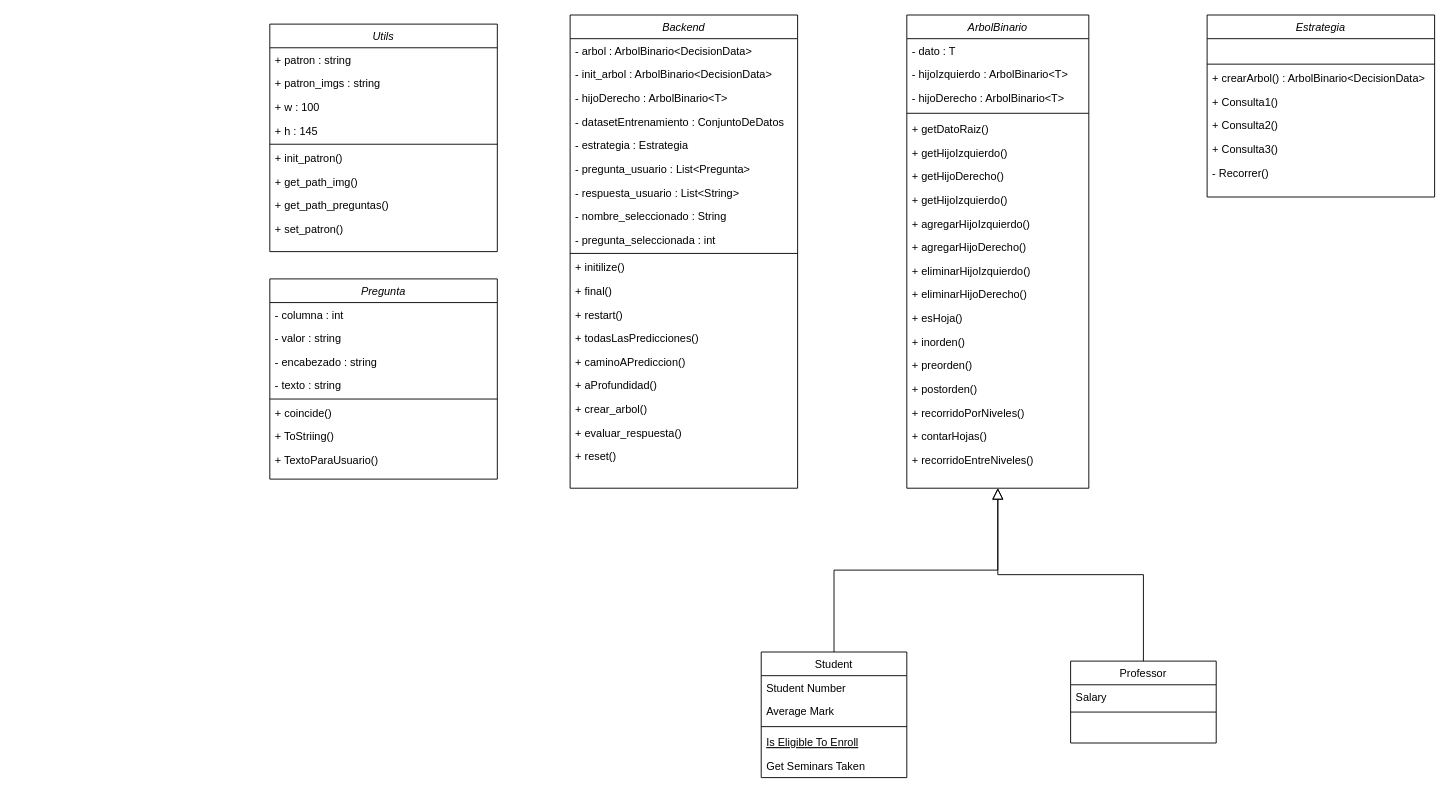
The draw.io diagram TPF-WiW.drawio in Schl4nge-sudo/TPF-CTEA, before the edit. Source tidied: cells renumbered, new cells numbered last; positions are measured from the earlier drawing's top-left corner, leaving out a move shared by most shapes. Both pictures are drawn from the tidied source at 91%, with x=0, y=0 at pixel (269, 15).
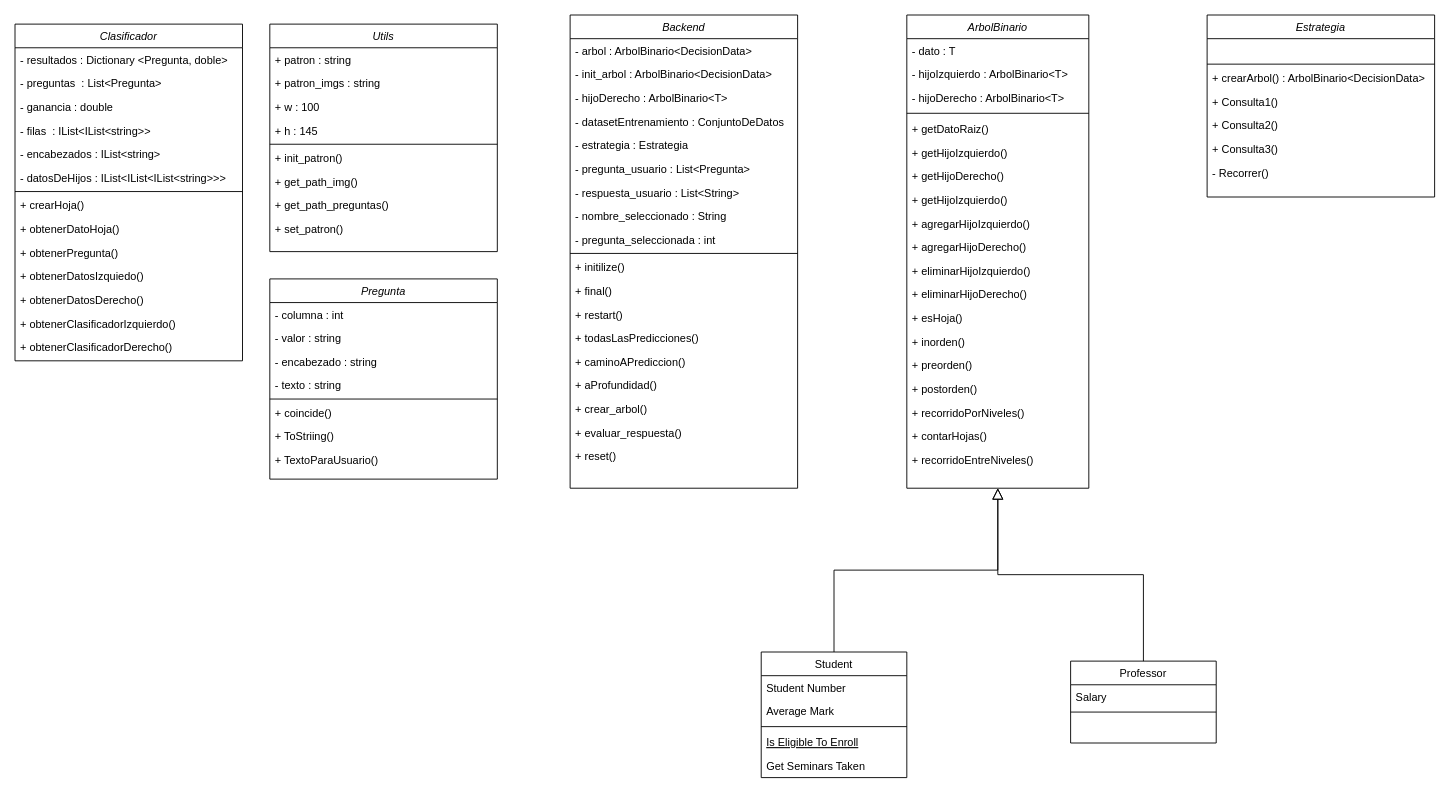
The same diagram, later.

Commit message:
Agregada clase clasificador

Diff of the diagram source:
```diff
@@
+    <mxCell id="80" value="Clasificador" style="swimlane;fontStyle=2;align=center;verticalAlign=top;horizontal=1;startSize=26;rounded=0;shadow=0;strokeWidth=1;" parent="1" vertex="1">
+      <mxGeometry x="-280" y="10" width="250" height="370" as="geometry" />
+    </mxCell>
+    <mxCell id="81" value="- resultados : Dictionary &lt;Pregunta, doble&gt;" style="text;align=left;verticalAlign=top;spacingLeft=4;spacingRight=4;overflow=hidden;" parent="80" vertex="1">
+      <mxGeometry y="26" width="250" height="26" as="geometry" />
+    </mxCell>
+    <mxCell id="82" value="- preguntas  : List&lt;Pregunta&gt;" style="text;align=left;verticalAlign=top;spacingLeft=4;spacingRight=4;overflow=hidden;rounded=0;shadow=0;html=0;" parent="80" vertex="1">
+      <mxGeometry y="52" width="250" height="26" as="geometry" />
+    </mxCell>
+    <mxCell id="83" value="- ganancia : double" style="text;align=left;verticalAlign=top;spacingLeft=4;spacingRight=4;overflow=hidden;rounded=0;shadow=0;html=0;" parent="80" vertex="1">
+      <mxGeometry y="78" width="250" height="26" as="geometry" />
+    </mxCell>
+    <mxCell id="84" value="- filas  : IList&lt;IList&lt;string&gt;&gt;" style="text;align=left;verticalAlign=top;spacingLeft=4;spacingRight=4;overflow=hidden;" parent="80" vertex="1">
+      <mxGeometry y="104" width="250" height="26" as="geometry" />
+    </mxCell>
+    <mxCell id="85" value="- encabezados : IList&lt;string&gt;" style="text;align=left;verticalAlign=top;spacingLeft=4;spacingRight=4;overflow=hidden;" parent="80" vertex="1">
+      <mxGeometry y="130" width="250" height="26" as="geometry" />
+    </mxCell>
+    <mxCell id="86" value="- datosDeHijos : IList&lt;IList&lt;IList&lt;string&gt;&gt;&gt;" style="text;align=left;verticalAlign=top;spacingLeft=4;spacingRight=4;overflow=hidden;" parent="80" vertex="1">
+      <mxGeometry y="156" width="250" height="26" as="geometry" />
+    </mxCell>
+    <mxCell id="87" style="line;html=1;strokeWidth=1;align=left;verticalAlign=middle;spacingTop=-1;spacingLeft=3;spacingRight=3;labelPosition=right;" parent="80" vertex="1">
+      <mxGeometry y="182" width="250" height="4" as="geometry" />
+    </mxCell>
+    <mxCell id="88" value="+ crearHoja()" style="text;align=left;verticalAlign=top;spacingLeft=4;spacingRight=4;overflow=hidden;" parent="80" vertex="1">
+      <mxGeometry y="186" width="250" height="26" as="geometry" />
+    </mxCell>
+    <mxCell id="89" value="+ obtenerDatoHoja()" style="text;align=left;verticalAlign=top;spacingLeft=4;spacingRight=4;overflow=hidden;" parent="80" vertex="1">
+      <mxGeometry y="212" width="250" height="26" as="geometry" />
+    </mxCell>
+    <mxCell id="90" value="+ obtenerPregunta()" style="text;align=left;verticalAlign=top;spacingLeft=4;spacingRight=4;overflow=hidden;" parent="80" vertex="1">
+      <mxGeometry y="238" width="250" height="26" as="geometry" />
+    </mxCell>
+    <mxCell id="91" value="+ obtenerDatosIzquiedo()" style="text;align=left;verticalAlign=top;spacingLeft=4;spacingRight=4;overflow=hidden;" parent="80" vertex="1">
+      <mxGeometry y="264" width="250" height="26" as="geometry" />
+    </mxCell>
+    <mxCell id="92" value="+ obtenerDatosDerecho()" style="text;align=left;verticalAlign=top;spacingLeft=4;spacingRight=4;overflow=hidden;" parent="80" vertex="1">
+      <mxGeometry y="290" width="250" height="26" as="geometry" />
+    </mxCell>
+    <mxCell id="93" value="+ obtenerClasificadorIzquierdo()" style="text;align=left;verticalAlign=top;spacingLeft=4;spacingRight=4;overflow=hidden;" parent="80" vertex="1">
+      <mxGeometry y="316" width="250" height="26" as="geometry" />
+    </mxCell>
+    <mxCell id="94" value="+ obtenerClasificadorDerecho()" style="text;align=left;verticalAlign=top;spacingLeft=4;spacingRight=4;overflow=hidden;" parent="80" vertex="1">
+      <mxGeometry y="342" width="250" height="26" as="geometry" />
+    </mxCell>
```
